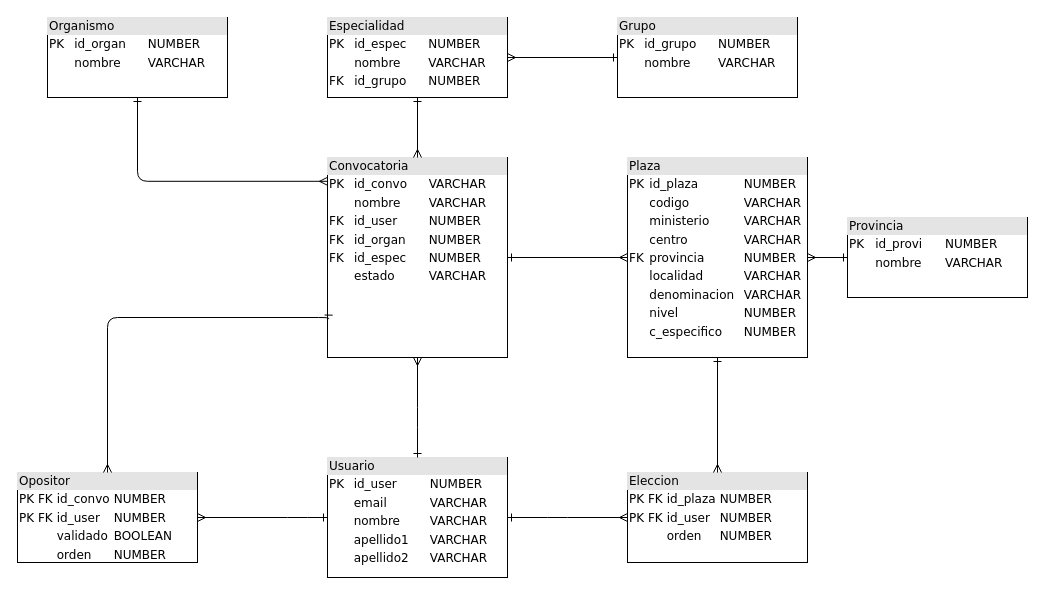
The draw.io diagram diagramas/DiagramaRelacionalBaseDatos.drawio in Castillo82/simuladordestinos, before the edit. Source tidied: cells renumbered, new cells numbered last; positions are measured from the earlier drawing's top-left corner, leaving out a move shared by most shapes. Both pictures are drawn from the tidied source at 100%, with x=0, y=0 at pixel (17, 17).
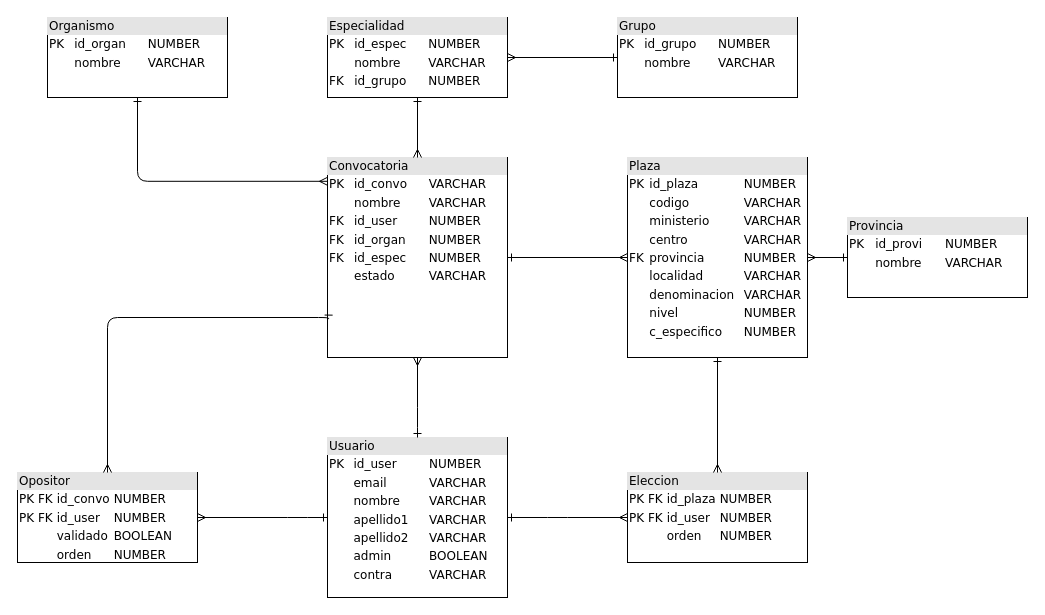
The same page after the edit.

The edit, as a diff of the source:
```diff
@@
-    <mxCell id="9" value="&lt;div style=&quot;box-sizing: border-box ; width: 100% ; background: #e4e4e4 ; padding: 2px&quot;&gt;Usuario&lt;br&gt;&lt;/div&gt;&lt;table style=&quot;width: 100% ; font-size: 1em&quot; cellspacing=&quot;0&quot; cellpadding=&quot;2&quot;&gt;&lt;tbody&gt;&lt;tr&gt;&lt;td&gt;PK&lt;br&gt;&lt;/td&gt;&lt;td&gt;id_user&lt;br&gt;&lt;/td&gt;&lt;td&gt;NUMBER&lt;br&gt;&lt;/td&gt;&lt;/tr&gt;&lt;tr&gt;&lt;td&gt;&lt;br&gt;&lt;/td&gt;&lt;td&gt;email&lt;br&gt;&lt;/td&gt;&lt;td&gt;VARCHAR&lt;br&gt;&lt;/td&gt;&lt;/tr&gt;&lt;tr&gt;&lt;td&gt;&lt;br&gt;&lt;/td&gt;&lt;td&gt;nombre&lt;br&gt;&lt;/td&gt;&lt;td&gt;VARCHAR&lt;/td&gt;&lt;/tr&gt;&lt;tr&gt;&lt;td&gt;&lt;br&gt;&lt;/td&gt;&lt;td&gt;apellido1&lt;br&gt;&lt;/td&gt;&lt;td&gt;VARCHAR&lt;/td&gt;&lt;/tr&gt;&lt;tr&gt;&lt;td&gt;&lt;br&gt;&lt;/td&gt;&lt;td&gt;apellido2&lt;br&gt;&lt;/td&gt;&lt;td&gt;VARCHAR&lt;/td&gt;&lt;/tr&gt;&lt;/tbody&gt;&lt;/table&gt;" style="verticalAlign=top;align=left;overflow=fill;html=1;rounded=0;shadow=0;comic=0;labelBackgroundColor=none;strokeWidth=1;fontFamily=Verdana;fontSize=12;" parent="1" vertex="1">
-      <mxGeometry x="310" y="440" width="180" height="120" as="geometry" />
+    <mxCell id="9" value="&lt;div style=&quot;box-sizing: border-box ; width: 100% ; background: #e4e4e4 ; padding: 2px&quot;&gt;Usuario&lt;br&gt;&lt;/div&gt;&lt;table style=&quot;width: 100% ; font-size: 1em&quot; cellspacing=&quot;0&quot; cellpadding=&quot;2&quot;&gt;&lt;tbody&gt;&lt;tr&gt;&lt;td&gt;PK&lt;br&gt;&lt;/td&gt;&lt;td&gt;id_user&lt;br&gt;&lt;/td&gt;&lt;td&gt;NUMBER&lt;br&gt;&lt;/td&gt;&lt;/tr&gt;&lt;tr&gt;&lt;td&gt;&lt;br&gt;&lt;/td&gt;&lt;td&gt;email&lt;br&gt;&lt;/td&gt;&lt;td&gt;VARCHAR&lt;br&gt;&lt;/td&gt;&lt;/tr&gt;&lt;tr&gt;&lt;td&gt;&lt;br&gt;&lt;/td&gt;&lt;td&gt;nombre&lt;br&gt;&lt;/td&gt;&lt;td&gt;VARCHAR&lt;/td&gt;&lt;/tr&gt;&lt;tr&gt;&lt;td&gt;&lt;br&gt;&lt;/td&gt;&lt;td&gt;apellido1&lt;br&gt;&lt;/td&gt;&lt;td&gt;VARCHAR&lt;/td&gt;&lt;/tr&gt;&lt;tr&gt;&lt;td&gt;&lt;br&gt;&lt;/td&gt;&lt;td&gt;apellido2&lt;br&gt;&lt;/td&gt;&lt;td&gt;VARCHAR&lt;/td&gt;&lt;/tr&gt;&lt;tr&gt;&lt;td&gt;&lt;br&gt;&lt;/td&gt;&lt;td&gt;admin&lt;/td&gt;&lt;td&gt;BOOLEAN&lt;br&gt;&lt;/td&gt;&lt;/tr&gt;&lt;tr&gt;&lt;td&gt;&lt;br&gt;&lt;/td&gt;&lt;td&gt;contra&lt;br&gt;&lt;/td&gt;&lt;td&gt;VARCHAR&lt;br&gt;&lt;/td&gt;&lt;/tr&gt;&lt;/tbody&gt;&lt;/table&gt;" style="verticalAlign=top;align=left;overflow=fill;html=1;rounded=0;shadow=0;comic=0;labelBackgroundColor=none;strokeWidth=1;fontFamily=Verdana;fontSize=12;" parent="1" vertex="1">
+      <mxGeometry x="310" y="420" width="180" height="160" as="geometry" />
     </mxCell>
```
